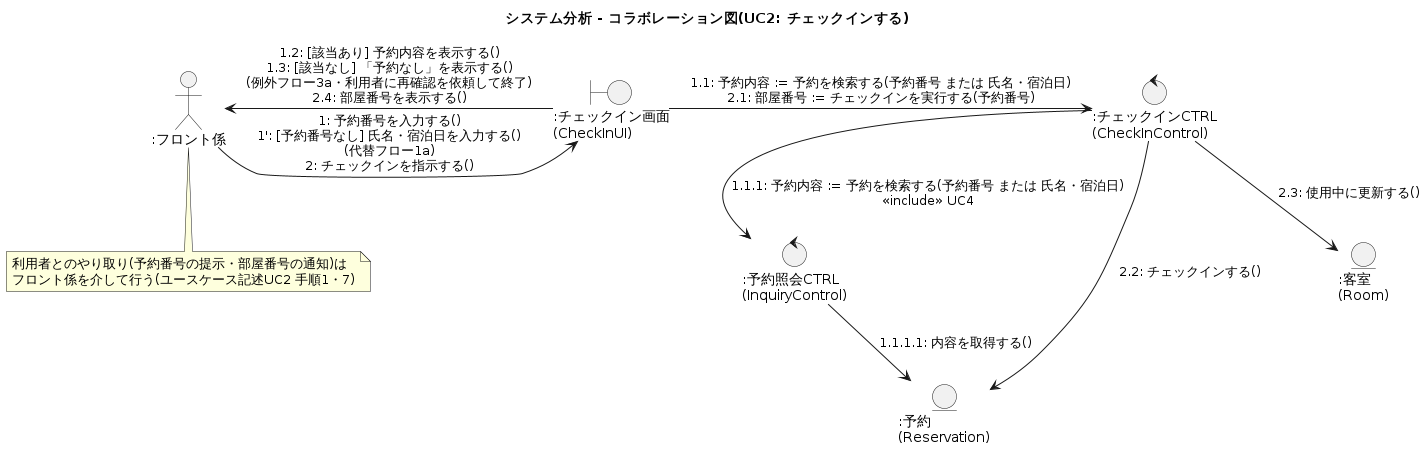
Earlier version of the PlantUML export docs/uml/images/08b_collaboration_uc2_checkin.png (doguto/waseda-hrs). The source it was exported from:
```plantuml
@startuml 08b_collaboration_uc2_checkin
title システム分析 - コラボレーション図(UC2: チェックインする)

actor ":フロント係" as Staff
boundary ":チェックイン画面\n(CheckInUI)" as UI
control ":チェックインCTRL\n(CheckInControl)" as Ctrl
control ":予約照会CTRL\n(InquiryControl)" as Inq
entity ":予約\n(Reservation)" as Rsv
entity ":客室\n(Room)" as Room

Staff -right-> UI : 1: 予約番号を入力する()\n1': [予約番号なし] 氏名・宿泊日を入力する()\n(代替フロー1a)\n2: チェックインを指示する()
UI -left-> Staff : 1.2: [該当あり] 予約内容を表示する()\n1.3: [該当なし] 「予約なし」を表示する()\n(例外フロー3a・利用者に再確認を依頼して終了)\n2.4: 部屋番号を表示する()
UI -right-> Ctrl : 1.1: 予約内容 := 予約を検索する(予約番号 または 氏名・宿泊日)\n2.1: 部屋番号 := チェックインを実行する(予約番号)
Ctrl -down-> Inq : 1.1.1: 予約内容 := 予約を検索する(予約番号 または 氏名・宿泊日)\n<<include>> UC4
Inq -down-> Rsv : 1.1.1.1: 内容を取得する()
Ctrl -down-> Rsv : 2.2: チェックインする()
Ctrl -down-> Room : 2.3: 使用中に更新する()

note bottom of Staff : 利用者とのやり取り(予約番号の提示・部屋番号の通知)は\nフロント係を介して行う(ユースケース記述UC2 手順1・7)

@enduml
```
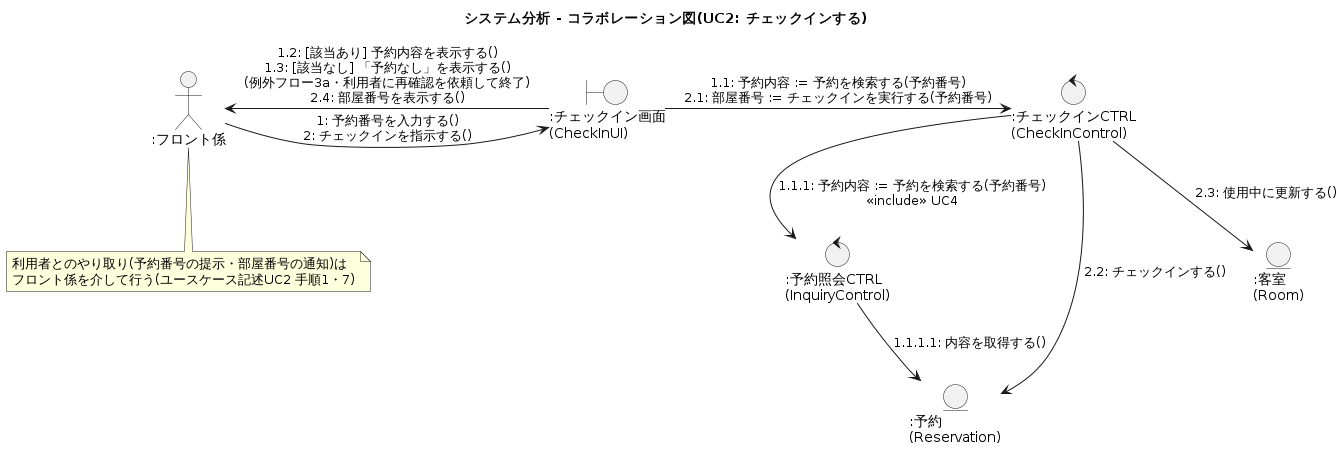
The same file after the commit.

What changed in the source:
```diff
@@ -8,10 +8,10 @@
 entity ":予約\n(Reservation)" as Rsv
 entity ":客室\n(Room)" as Room
 
-Staff -right-> UI : 1: 予約番号を入力する()\n1': [予約番号なし] 氏名・宿泊日を入力する()\n(代替フロー1a)\n2: チェックインを指示する()
+Staff -right-> UI : 1: 予約番号を入力する()\n2: チェックインを指示する()
 UI -left-> Staff : 1.2: [該当あり] 予約内容を表示する()\n1.3: [該当なし] 「予約なし」を表示する()\n(例外フロー3a・利用者に再確認を依頼して終了)\n2.4: 部屋番号を表示する()
-UI -right-> Ctrl : 1.1: 予約内容 := 予約を検索する(予約番号 または 氏名・宿泊日)\n2.1: 部屋番号 := チェックインを実行する(予約番号)
-Ctrl -down-> Inq : 1.1.1: 予約内容 := 予約を検索する(予約番号 または 氏名・宿泊日)\n<<include>> UC4
+UI -right-> Ctrl : 1.1: 予約内容 := 予約を検索する(予約番号)\n2.1: 部屋番号 := チェックインを実行する(予約番号)
+Ctrl -down-> Inq : 1.1.1: 予約内容 := 予約を検索する(予約番号)\n<<include>> UC4
 Inq -down-> Rsv : 1.1.1.1: 内容を取得する()
 Ctrl -down-> Rsv : 2.2: チェックインする()
 Ctrl -down-> Room : 2.3: 使用中に更新する()
```
